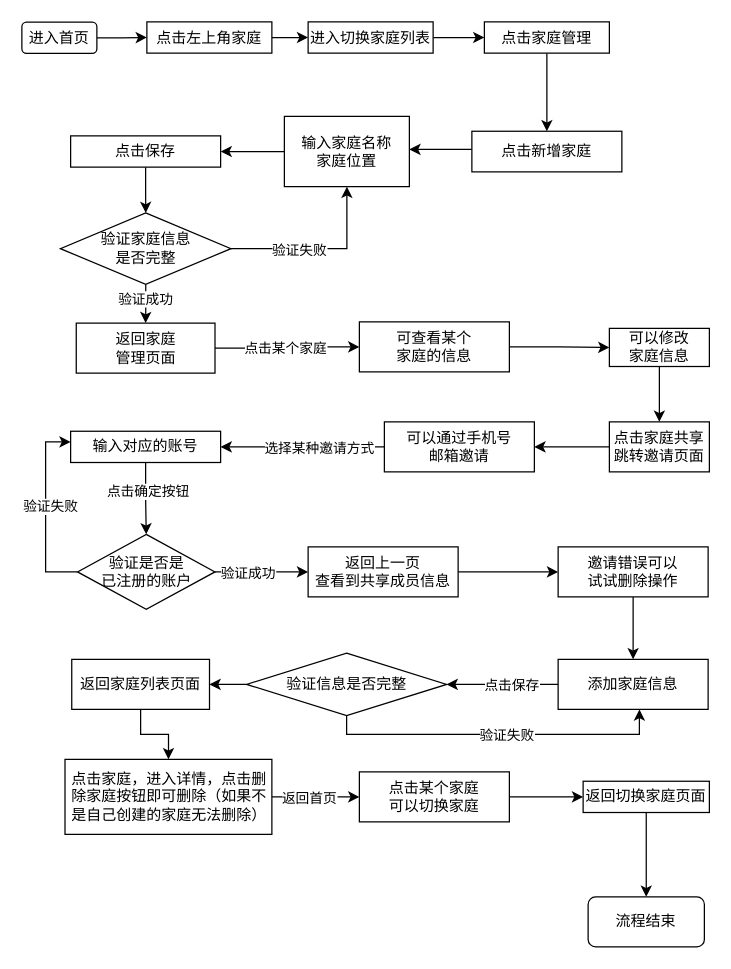
Before: 家庭管理流程.drawio in liangqingnice/liangqingnice, a draw.io diagram. Source tidied: cells renumbered, new cells numbered last; positions are measured from the earlier drawing's top-left corner, leaving out a move shared by most shapes. Both pictures are drawn from the tidied source at 125%, with x=0, y=0 at pixel (21, 21).
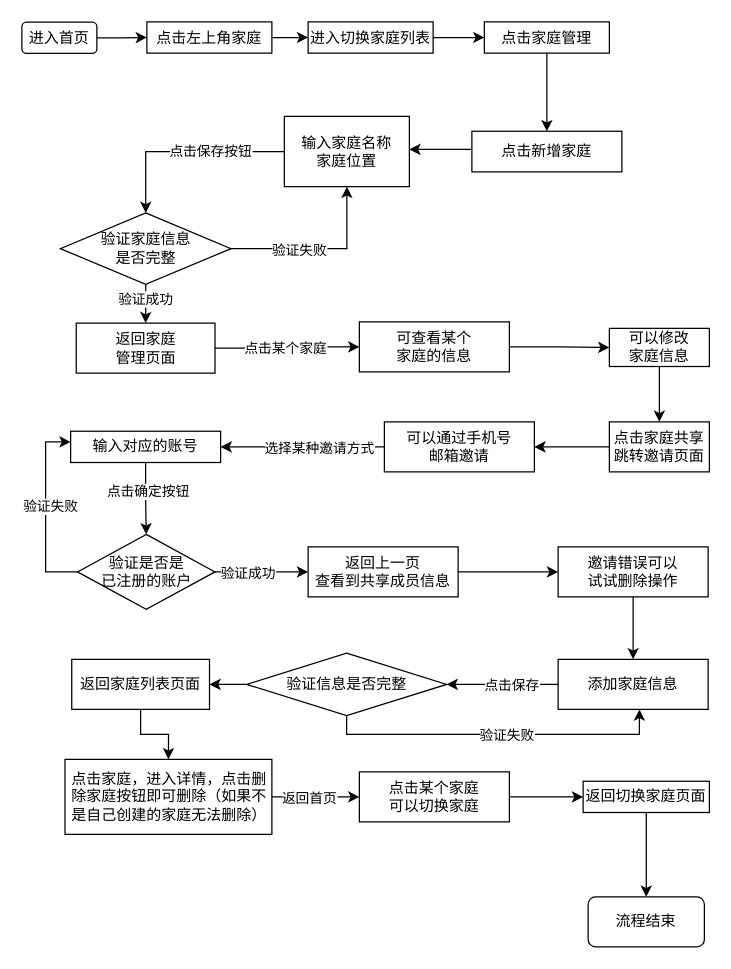
Above is the later version.

Commit message:
更新家庭管理流程.drawio

The change refers to these unchanged cells:
```xml
<mxCell id="13" value="输入家庭名称&lt;br&gt;家庭位置" style="whiteSpace=wrap;html=1;rounded=0;" parent="1" vertex="1">
  <mxGeometry x="210" y="75.6" width="100" height="56.2" as="geometry" />
</mxCell>
<mxCell id="20" value="验证家庭信息&lt;br&gt;是否完整" style="rhombus;whiteSpace=wrap;html=1;rounded=0;" parent="1" vertex="1">
  <mxGeometry x="30.8" y="152.8" width="136.5" height="57.2" as="geometry" />
</mxCell>
```

Diff of the diagram source:
```diff
@@
-    <mxCell id="12" style="edgeStyle=orthogonalEdgeStyle;rounded=0;jettySize=auto;html=1;" parent="1" edge="1" source="13" target="15">
-      <mxGeometry relative="1" as="geometry" />
-    </mxCell>
+    <mxCell id="62" style="edgeStyle=orthogonalEdgeStyle;rounded=0;jettySize=auto;html=1;" parent="1" edge="1" source="13" target="20">
+      <mxGeometry relative="1" as="geometry" />
+    </mxCell>
+    <mxCell id="63" value="点击保存按钮" style="edgeLabel;html=1;align=center;verticalAlign=middle;" parent="62" vertex="1">
+      <mxGeometry x="-0.42" y="1" relative="1" as="geometry">
+        <mxPoint x="-14" y="-1" as="offset" />
+      </mxGeometry>
+    </mxCell>
@@
-    <mxCell id="14" style="edgeStyle=orthogonalEdgeStyle;rounded=0;jettySize=auto;html=1;" parent="1" edge="1" source="15" target="20">
-      <mxGeometry relative="1" as="geometry" />
-    </mxCell>
-    <mxCell id="15" value="点击保存" style="whiteSpace=wrap;html=1;rounded=0;" parent="1" vertex="1">
-      <mxGeometry x="39" y="91.2" width="120" height="25" as="geometry" />
-    </mxCell>
```
